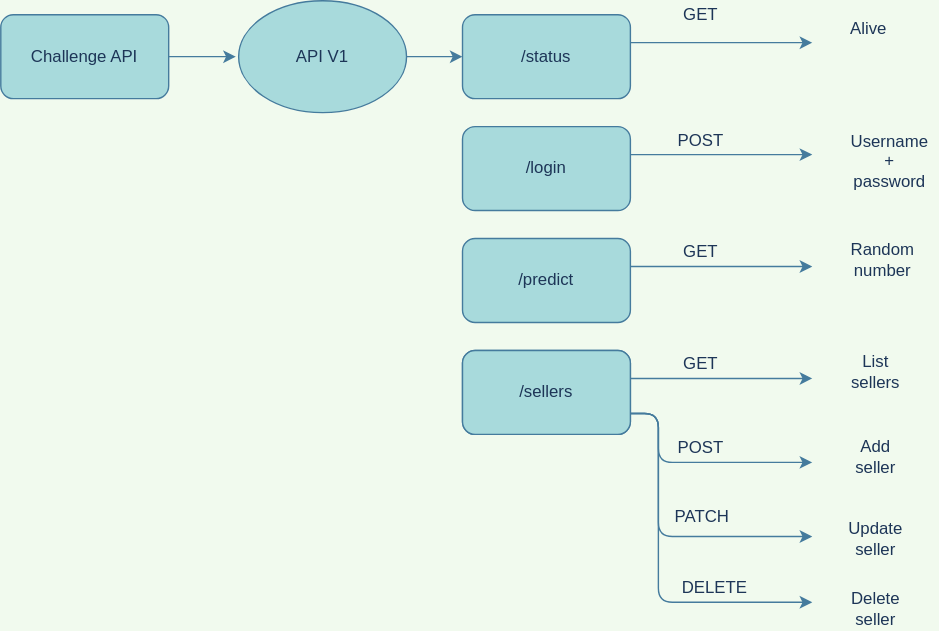
The draw.io diagram Api_UML.svg in Demesmaeker/API_learning_Flask, before a commit. Source tidied: cells renumbered, new cells last; positions are measured from the earlier drawing's top-left corner, leaving out a move shared by most shapes.
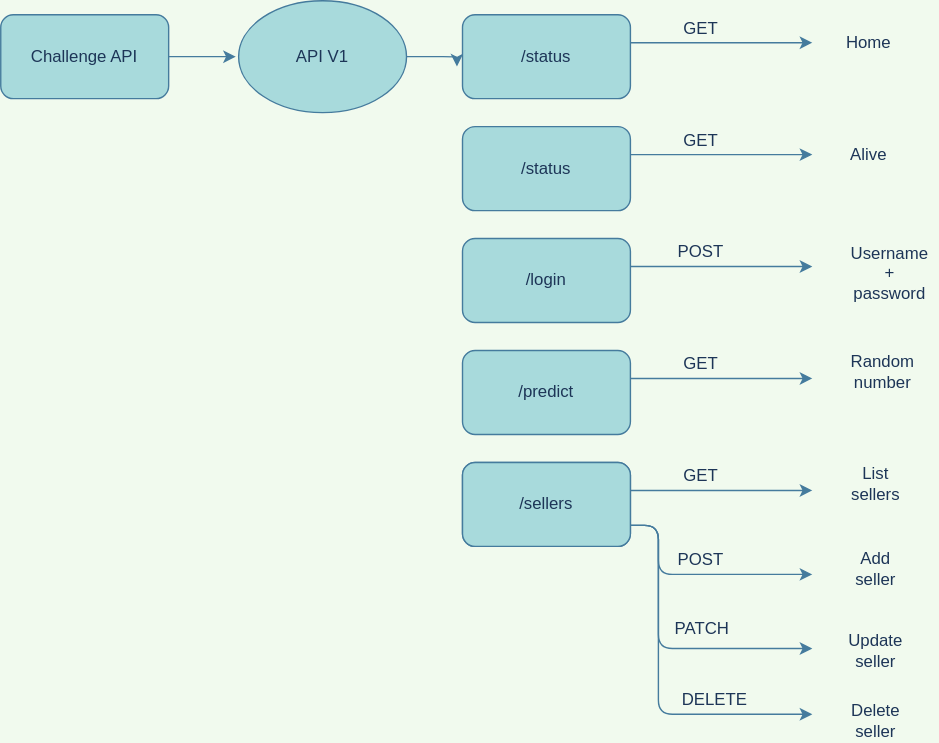
After the change.

What changed in the source:
```diff
@@ -4,17 +4,17 @@
     <mxCell id="1" parent="0" />
     <mxCell id="2" style="edgeStyle=orthogonalEdgeStyle;rounded=1;jettySize=auto;html=1;exitX=1;exitY=0.5;exitDx=0;exitDy=0;strokeColor=#457B9D;fillColor=#A8DADC;fontColor=#1D3557;" parent="1" edge="1" source="3">
       <mxGeometry relative="1" as="geometry">
-        <mxPoint x="168" y="40" as="targetPoint" />
+        <mxPoint x="168" y="-40" as="targetPoint" />
       </mxGeometry>
     </mxCell>
     <mxCell id="3" value="Challenge API" style="whiteSpace=wrap;html=1;fillColor=#A8DADC;strokeColor=#457B9D;fontColor=#1D3557;rounded=1;" parent="1" vertex="1">
-      <mxGeometry y="10" width="120" height="60" as="geometry" />
+      <mxGeometry y="-70" width="120" height="60" as="geometry" />
     </mxCell>
-    <mxCell id="4" style="edgeStyle=orthogonalEdgeStyle;rounded=1;jettySize=auto;html=1;exitX=1;exitY=0.5;exitDx=0;exitDy=0;entryX=0;entryY=0.5;entryDx=0;entryDy=0;strokeColor=#457B9D;fillColor=#A8DADC;fontColor=#1D3557;" parent="1" edge="1" source="5" target="6">
+    <mxCell id="4" style="edgeStyle=orthogonalEdgeStyle;rounded=1;jettySize=auto;html=1;exitX=1;exitY=0.5;exitDx=0;exitDy=0;entryX=-0.033;entryY=0.617;entryDx=0;entryDy=0;strokeColor=#457B9D;fillColor=#A8DADC;fontColor=#1D3557;entryPerimeter=0;" parent="1" edge="1" source="5" target="32">
       <mxGeometry relative="1" as="geometry" />
     </mxCell>
     <mxCell id="5" value="API V1" style="ellipse;whiteSpace=wrap;html=1;fillColor=#A8DADC;strokeColor=#457B9D;fontColor=#1D3557;rounded=1;" parent="1" vertex="1">
-      <mxGeometry x="170" width="120" height="80" as="geometry" />
+      <mxGeometry x="170" y="-80" width="120" height="80" as="geometry" />
     </mxCell>
     <mxCell id="6" value="/status" style="whiteSpace=wrap;html=1;fillColor=#A8DADC;strokeColor=#457B9D;fontColor=#1D3557;rounded=1;" parent="1" vertex="1">
       <mxGeometry x="330" y="10" width="120" height="60" as="geometry" />
@@ -38,7 +38,7 @@
       <mxGeometry x="330" y="90" width="120" height="60" as="geometry" />
     </mxCell>
     <mxCell id="11" value="GET" style="text;html=1;align=center;verticalAlign=middle;fontColor=#1D3557;rounded=1;" parent="1" vertex="1">
-      <mxGeometry x="480" width="40" height="20" as="geometry" />
+      <mxGeometry x="480" y="10" width="40" height="20" as="geometry" />
     </mxCell>
     <mxCell id="12" value="GET" style="text;html=1;align=center;verticalAlign=middle;fontColor=#1D3557;rounded=1;" parent="1" vertex="1">
       <mxGeometry x="480" y="250" width="40" height="20" as="geometry" />
@@ -74,7 +74,7 @@
       </mxGeometry>
     </mxCell>
     <mxCell id="19" value="Alive" style="text;html=1;align=center;verticalAlign=middle;fontColor=#1D3557;rounded=1;" parent="1" vertex="1">
-      <mxGeometry x="600" y="10" width="40" height="20" as="geometry" />
+      <mxGeometry x="600" y="20" width="40" height="20" as="geometry" />
     </mxCell>
     <mxCell id="20" value="&lt;div&gt;Username&lt;/div&gt;&lt;div&gt;+&lt;/div&gt;&lt;div&gt;password&lt;br&gt;&lt;/div&gt;" style="text;html=1;align=center;verticalAlign=middle;fontColor=#1D3557;rounded=1;" parent="1" vertex="1">
       <mxGeometry x="600" y="90" width="70" height="50" as="geometry" />
@@ -128,5 +128,20 @@
     <mxCell id="31" value="DELETE" style="text;html=1;align=center;verticalAlign=middle;fontColor=#1D3557;rounded=1;" parent="1" vertex="1">
       <mxGeometry x="480" y="410" width="60" height="20" as="geometry" />
     </mxCell>
+    <mxCell id="32" value="/status" style="whiteSpace=wrap;html=1;fillColor=#A8DADC;strokeColor=#457B9D;fontColor=#1D3557;rounded=1;" parent="1" vertex="1">
+      <mxGeometry x="330" y="-70" width="120" height="60" as="geometry" />
+    </mxCell>
+    <mxCell id="33" value="GET" style="text;html=1;align=center;verticalAlign=middle;fontColor=#1D3557;rounded=1;" parent="1" vertex="1">
+      <mxGeometry x="480" y="-70" width="40" height="20" as="geometry" />
+    </mxCell>
+    <mxCell id="34" value="Home" style="text;html=1;align=center;verticalAlign=middle;fontColor=#1D3557;rounded=1;" parent="1" vertex="1">
+      <mxGeometry x="595" y="-60" width="50" height="20" as="geometry" />
+    </mxCell>
+    <mxCell id="35" style="edgeStyle=orthogonalEdgeStyle;orthogonalLoop=1;jettySize=auto;html=1;exitX=1;exitY=0.25;exitDx=0;exitDy=0;labelBackgroundColor=#F1FAEE;strokeColor=#457B9D;fontColor=#1D3557;" parent="1" edge="1">
+      <mxGeometry relative="1" as="geometry">
+        <mxPoint x="450" y="-50" as="sourcePoint" />
+        <mxPoint x="580" y="-50" as="targetPoint" />
+      </mxGeometry>
+    </mxCell>
   </root>
 </mxGraphModel>
```
